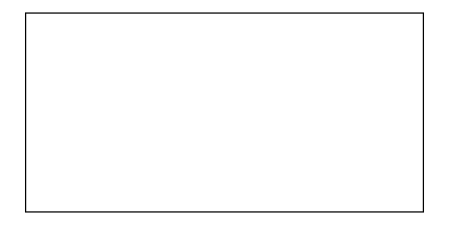
This is Infrastructure Diagram.svg from ghost062591/frostlabs-site, a draw.io export, as it was before one commit. Source tidied: cells renumbered, new cells last; positions are measured from the earlier drawing's top-left corner, leaving out a move shared by most shapes. The source it was exported from:
```xml
<mxGraphModel>
  <root>
    <mxCell id="0" />
    <mxCell id="1" parent="0" />
    <mxCell id="2" style="rounded=0;whiteSpace=wrap;html=1;" parent="1" vertex="1">
      <mxGeometry width="320" height="160" as="geometry" />
    </mxCell>
  </root>
</mxGraphModel>
```
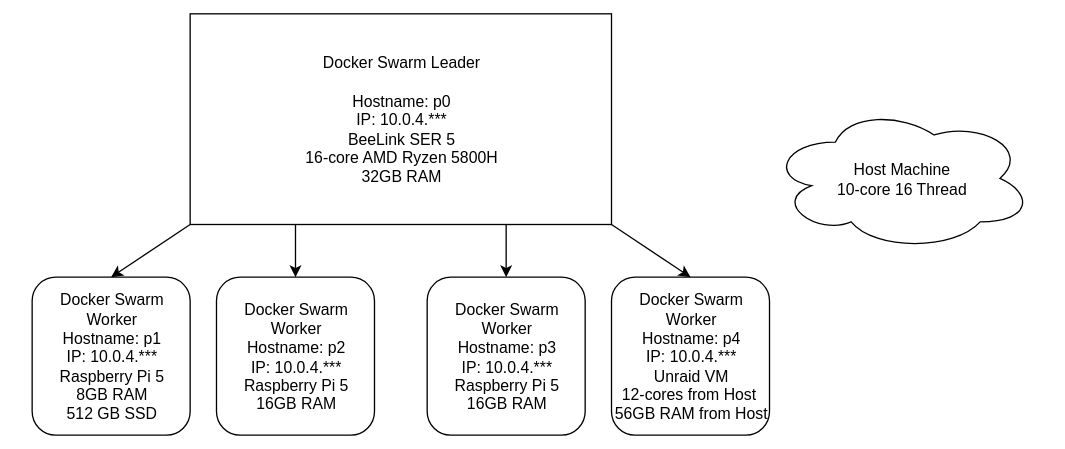
The same file after the commit.

Commit message:
DESKTOP-61VDD0K 2025-10-17:8:54:46

What changed in the source:
```diff
@@ -2,8 +2,35 @@
   <root>
     <mxCell id="0" />
     <mxCell id="1" parent="0" />
+    <mxCell id="3" style="edgeStyle=none;html=1;exitX=0;exitY=1;exitDx=0;exitDy=0;entryX=0.5;entryY=0;entryDx=0;entryDy=0;" parent="1" edge="1" source="2" target="7">
+      <mxGeometry relative="1" as="geometry" />
+    </mxCell>
+    <mxCell id="4" style="edgeStyle=none;html=1;exitX=0.25;exitY=1;exitDx=0;exitDy=0;entryX=0.5;entryY=0;entryDx=0;entryDy=0;" parent="1" edge="1" source="2" target="8">
+      <mxGeometry relative="1" as="geometry" />
+    </mxCell>
+    <mxCell id="5" style="edgeStyle=none;html=1;exitX=0.75;exitY=1;exitDx=0;exitDy=0;entryX=0.5;entryY=0;entryDx=0;entryDy=0;" parent="1" edge="1" source="2" target="9">
+      <mxGeometry relative="1" as="geometry" />
+    </mxCell>
+    <mxCell id="6" style="edgeStyle=none;html=1;exitX=1;exitY=1;exitDx=0;exitDy=0;entryX=0.5;entryY=0;entryDx=0;entryDy=0;" parent="1" edge="1" source="2" target="10">
+      <mxGeometry relative="1" as="geometry" />
+    </mxCell>
-    <mxCell id="2" style="rounded=0;whiteSpace=wrap;html=1;" parent="1" vertex="1">
+    <mxCell id="2" value="Docker Swarm Leader&lt;br&gt;&lt;br&gt;Hostname: p0&lt;br&gt;IP: 10.0.4.***&lt;br&gt;BeeLink SER 5&lt;br&gt;16-core AMD Ryzen 5800H&lt;br&gt;32GB RAM" style="rounded=0;whiteSpace=wrap;html=1;" parent="1" vertex="1">
       <mxGeometry width="320" height="160" as="geometry" />
     </mxCell>
+    <mxCell id="7" value="Docker Swarm Worker&lt;br&gt;Hostname: p1&lt;br&gt;IP: 10.0.4.***&lt;br&gt;Raspberry Pi 5&lt;br&gt;8GB RAM&lt;br&gt;512 GB SSD" style="rounded=1;whiteSpace=wrap;html=1;" parent="1" vertex="1">
+      <mxGeometry x="-120" y="200" width="120" height="120" as="geometry" />
+    </mxCell>
+    <mxCell id="8" value="Docker Swarm Worker&lt;br&gt;Hostname: p2&lt;br&gt;IP: 10.0.4.***&lt;br&gt;Raspberry Pi 5&lt;br&gt;16GB RAM" style="rounded=1;whiteSpace=wrap;html=1;" parent="1" vertex="1">
+      <mxGeometry x="20" y="200" width="120" height="120" as="geometry" />
+    </mxCell>
+    <mxCell id="9" value="Docker Swarm Worker&lt;br&gt;Hostname: p3&lt;br&gt;IP: 10.0.4.***&lt;br&gt;Raspberry Pi 5&lt;br&gt;16GB RAM" style="rounded=1;whiteSpace=wrap;html=1;" parent="1" vertex="1">
+      <mxGeometry x="180" y="200" width="120" height="120" as="geometry" />
+    </mxCell>
+    <mxCell id="10" value="Docker Swarm Worker&lt;br&gt;Hostname: p4&lt;br&gt;IP: 10.0.4.***&lt;br&gt;Unraid VM&lt;br&gt;12-cores from Host&amp;nbsp;&lt;br&gt;56GB RAM from Host" style="rounded=1;whiteSpace=wrap;html=1;" parent="1" vertex="1">
+      <mxGeometry x="320" y="200" width="120" height="120" as="geometry" />
+    </mxCell>
+    <mxCell id="11" value="Host Machine&lt;br&gt;10-core 16 Thread" style="ellipse;shape=cloud;whiteSpace=wrap;html=1;" parent="1" vertex="1">
+      <mxGeometry x="440" y="70" width="200" height="110" as="geometry" />
+    </mxCell>
   </root>
 </mxGraphModel>
```
